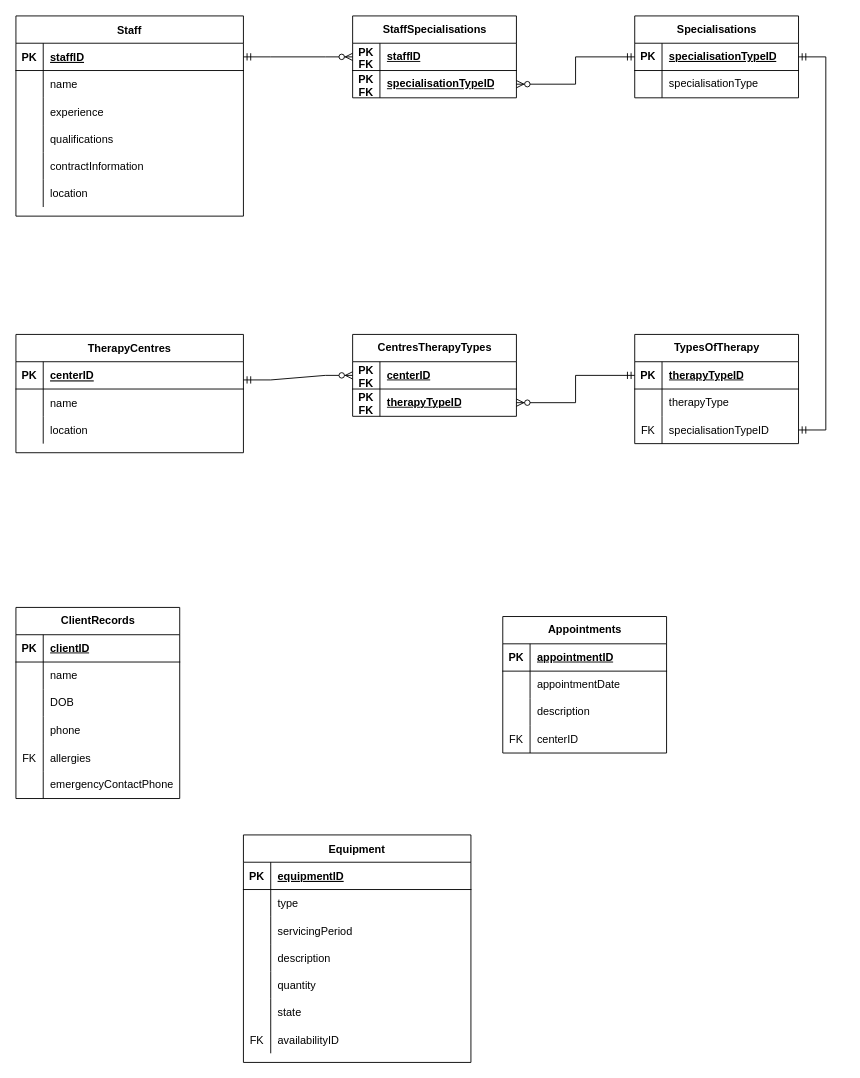
Above: Assignment3A.drawio in GreenFella/databaseclass (draw.io), before the change. Source tidied: cells renumbered, new cells numbered last; positions are measured from the earlier drawing's top-left corner, leaving out a move shared by most shapes. Both pictures are drawn from the tidied source at 91%, with x=0, y=0 at pixel (15, 15).
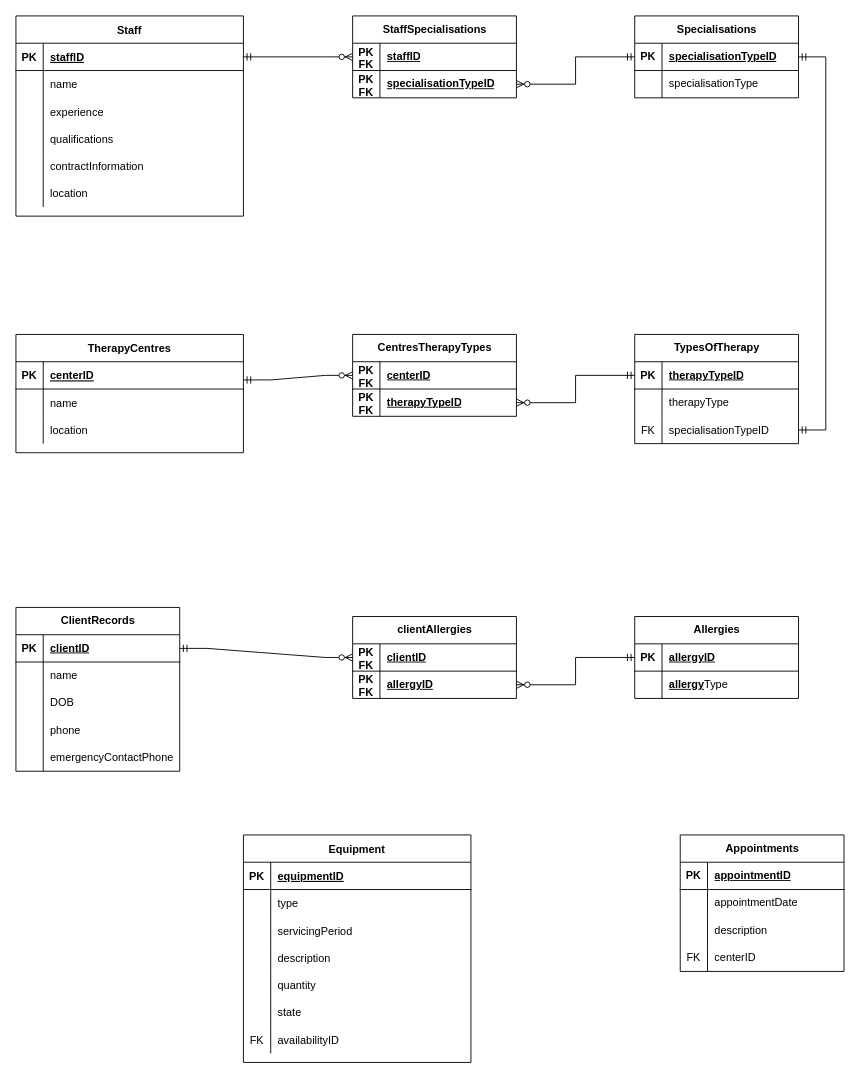
The same diagram, later.

The change refers to these unchanged cells:
```xml
<mxCell id="64" style="shape=tableRow;horizontal=0;startSize=0;swimlaneHead=0;swimlaneBody=0;fillColor=none;points=[[0,0.5],[1,0.5]];portConstraint=eastwest;top=0;left=0;right=0;bottom=1;" parent="63" vertex="1">
  <mxGeometry y="30" width="180" height="30" as="geometry" />
</mxCell>
```

What changed in the source:
```diff
@@
     <mxCell id="63" value="ClientRecords" style="shape=table;startSize=30;childLayout=tableLayout;rowLines=0;fontStyle=1;align=center;html=1;" parent="1" vertex="1">
-      <mxGeometry y="650" width="180" height="210" as="geometry" />
+      <mxGeometry y="650" width="180" height="180" as="geometry" />
     </mxCell>
@@
-    <mxCell id="76" style="shape=tableRow;horizontal=0;startSize=0;swimlaneHead=0;swimlaneBody=0;fillColor=none;top=0;left=0;right=0;bottom=0;" parent="63" vertex="1">
-      <mxGeometry y="150" width="180" height="30" as="geometry" />
-    </mxCell>
-    <mxCell id="77" value="FK" style="shape=partialRectangle;fillColor=none;top=0;left=0;bottom=0;right=0;overflow=hidden;" parent="76" vertex="1">
-      <mxGeometry width="30" height="30" as="geometry" />
-    </mxCell>
-    <mxCell id="78" value="allergies" style="shape=partialRectangle;fillColor=none;top=0;left=0;bottom=0;right=0;align=left;spacingLeft=6;overflow=hidden;" parent="76" vertex="1">
-      <mxGeometry x="30" width="150" height="30" as="geometry" />
-    </mxCell>
     <mxCell id="79" style="shape=tableRow;horizontal=0;startSize=0;swimlaneHead=0;swimlaneBody=0;fillColor=none;top=0;left=0;right=0;bottom=0;" parent="63" vertex="1">
-      <mxGeometry y="180" width="180" height="30" as="geometry" />
+      <mxGeometry y="150" width="180" height="30" as="geometry" />
     </mxCell>
@@
     <mxCell id="82" value="Appointments" style="shape=table;startSize=30;childLayout=tableLayout;rowLines=0;fontStyle=1;align=center;html=1;" parent="1" vertex="1">
-      <mxGeometry x="535" y="660" width="180" height="150" as="geometry" />
+      <mxGeometry x="730" y="900" width="180" height="150" as="geometry" />
     </mxCell>
@@
+    <mxCell id="121" style="shape=partialRectangle;fillColor=none;top=0;left=0;bottom=0;right=0;overflow=hidden;whiteSpace=wrap;html=1;" parent="1" vertex="1">
+      <mxGeometry x="550" y="630" width="30" height="30" as="geometry" />
+    </mxCell>
+    <mxCell id="122" value="clientAllergies" style="shape=table;startSize=30;childLayout=tableLayout;rowLines=0;fontStyle=1;align=center;html=1;" parent="1" vertex="1">
+      <mxGeometry x="370" y="660" width="180" height="90" as="geometry" />
+    </mxCell>
+    <mxCell id="123" style="shape=tableRow;horizontal=0;startSize=0;swimlaneHead=0;swimlaneBody=0;fillColor=none;points=[[0,0.5],[1,0.5]];portConstraint=eastwest;top=0;left=0;right=0;bottom=1;" parent="122" vertex="1">
+      <mxGeometry y="30" width="180" height="30" as="geometry" />
+    </mxCell>
+    <mxCell id="124" value="PK FK" style="shape=partialRectangle;fillColor=none;top=0;left=0;bottom=0;right=0;fontStyle=1;overflow=hidden;whiteSpace=wrap;html=1;" parent="123" vertex="1">
+      <mxGeometry width="30" height="30" as="geometry" />
+    </mxCell>
+    <mxCell id="125" value="&lt;span style=&quot;text-align: center; text-wrap: nowrap;&quot;&gt;clientID&lt;/span&gt;" style="shape=partialRectangle;fillColor=none;top=0;left=0;bottom=0;right=0;align=left;spacingLeft=6;fontStyle=5;overflow=hidden;whiteSpace=wrap;html=1;" parent="123" vertex="1">
+      <mxGeometry x="30" width="150" height="30" as="geometry" />
+    </mxCell>
+    <mxCell id="126" style="shape=tableRow;horizontal=0;startSize=0;swimlaneHead=0;swimlaneBody=0;fillColor=none;points=[[0,0.5],[1,0.5]];portConstraint=eastwest;top=0;left=0;right=0;bottom=0;" parent="122" vertex="1">
+      <mxGeometry y="60" width="180" height="30" as="geometry" />
+    </mxCell>
+    <mxCell id="127" value="&lt;b&gt;PK FK&lt;/b&gt;" style="shape=partialRectangle;fillColor=none;top=0;left=0;bottom=0;right=0;overflow=hidden;whiteSpace=wrap;html=1;" parent="126" vertex="1">
+      <mxGeometry width="30" height="30" as="geometry" />
+    </mxCell>
+    <mxCell id="128" value="&lt;span style=&quot;font-weight: 700; text-align: center; text-wrap: nowrap; text-decoration-line: underline;&quot;&gt;allergyID&lt;/span&gt;" style="shape=partialRectangle;fillColor=none;top=0;left=0;bottom=0;right=0;align=left;spacingLeft=6;overflow=hidden;whiteSpace=wrap;html=1;" parent="126" vertex="1">
+      <mxGeometry x="30" width="150" height="30" as="geometry" />
+    </mxCell>
+    <mxCell id="129" style="edgeStyle=orthogonalEdgeStyle;fontSize=12;html=1;endArrow=ERzeroToMany;startArrow=ERmandOne;rounded=0;" parent="1" edge="1" source="131" target="126">
+      <mxGeometry relative="1" as="geometry" />
+    </mxCell>
+    <mxCell id="130" value="Allergies" style="shape=table;startSize=30;childLayout=tableLayout;rowLines=0;fontStyle=1;align=center;html=1;" parent="1" vertex="1">
+      <mxGeometry x="680" y="660" width="180" height="90" as="geometry" />
+    </mxCell>
+    <mxCell id="131" style="shape=tableRow;horizontal=0;startSize=0;swimlaneHead=0;swimlaneBody=0;fillColor=none;points=[[0,0.5],[1,0.5]];portConstraint=eastwest;top=0;left=0;right=0;bottom=1;" parent="130" vertex="1">
+      <mxGeometry y="30" width="180" height="30" as="geometry" />
+    </mxCell>
+    <mxCell id="132" value="PK" style="shape=partialRectangle;fillColor=none;top=0;left=0;bottom=0;right=0;fontStyle=1;overflow=hidden;whiteSpace=wrap;html=1;" parent="131" vertex="1">
+      <mxGeometry width="30" height="30" as="geometry" />
+    </mxCell>
+    <mxCell id="133" value="allergyID" style="shape=partialRectangle;fillColor=none;top=0;left=0;bottom=0;right=0;align=left;spacingLeft=6;fontStyle=5;overflow=hidden;whiteSpace=wrap;html=1;" parent="131" vertex="1">
+      <mxGeometry x="30" width="150" height="30" as="geometry" />
+    </mxCell>
+    <mxCell id="134" style="shape=tableRow;horizontal=0;startSize=0;swimlaneHead=0;swimlaneBody=0;fillColor=none;top=0;left=0;right=0;bottom=0;" parent="130" vertex="1">
+      <mxGeometry y="60" width="180" height="30" as="geometry" />
+    </mxCell>
+    <mxCell id="135" style="shape=partialRectangle;fillColor=none;top=0;left=0;bottom=0;right=0;overflow=hidden;whiteSpace=wrap;html=1;" parent="134" vertex="1">
+      <mxGeometry width="30" height="30" as="geometry" />
+    </mxCell>
+    <mxCell id="136" value="&lt;span style=&quot;font-weight: 700; text-decoration-line: underline;&quot;&gt;allergy&lt;/span&gt;Type" style="shape=partialRectangle;fillColor=none;top=0;left=0;bottom=0;right=0;align=left;spacingLeft=6;overflow=hidden;whiteSpace=wrap;html=1;" parent="134" vertex="1">
+      <mxGeometry x="30" width="150" height="30" as="geometry" />
+    </mxCell>
+    <mxCell id="137" style="edgeStyle=entityRelationEdgeStyle;fontSize=12;html=1;endArrow=ERzeroToMany;startArrow=ERmandOne;rounded=0;" parent="1" edge="1" source="64" target="123">
+      <mxGeometry relative="1" as="geometry" />
+    </mxCell>
```
